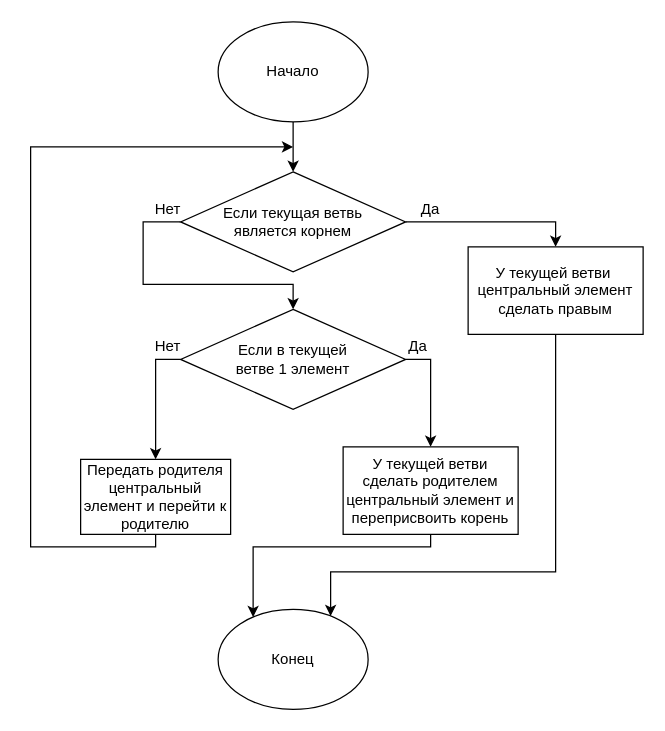
This is Diograms/SplitBranch.drawio from GREBIAR-Git/2-3Tree, a draw.io file, before an edit. Source tidied: cells renumbered, new cells numbered last; positions are measured from the earlier drawing's top-left corner, leaving out a move shared by most shapes. Both pictures are drawn from the tidied source at 125%, with x=0, y=0 at pixel (30, 21).
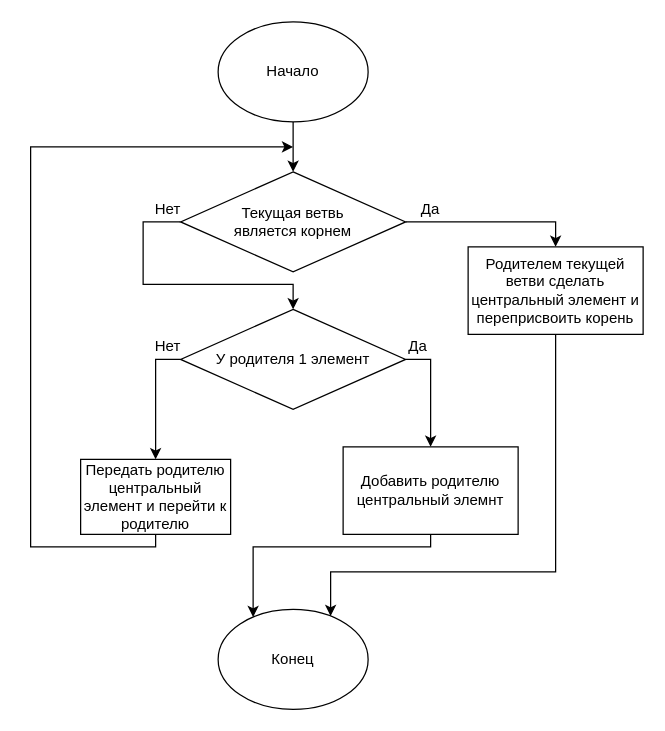
The same page after the edit.

The edit, as a diff of the source:
```diff
@@
-    <mxCell id="7" value="Если текущая ветвь &lt;br&gt;является корнем" style="rhombus;whiteSpace=wrap;html=1;" parent="1" vertex="1">
+    <mxCell id="7" value="Текущая ветвь &lt;br&gt;является корнем" style="rhombus;whiteSpace=wrap;html=1;" parent="1" vertex="1">
       <mxGeometry x="120" y="120" width="180" height="80" as="geometry" />
     </mxCell>
@@
-    <mxCell id="10" value="Если в текущей &lt;br&gt;ветве 1 элемент" style="rhombus;whiteSpace=wrap;html=1;" parent="1" vertex="1">
+    <mxCell id="10" value="У родителя 1 элемент" style="rhombus;whiteSpace=wrap;html=1;" parent="1" vertex="1">
       <mxGeometry x="120" y="230" width="180" height="80" as="geometry" />
     </mxCell>
@@
-    <mxCell id="12" value="У текущей ветви сделать родителем центральный элемент и переприсвоить корень" style="rounded=0;whiteSpace=wrap;html=1;" parent="1" vertex="1">
+    <mxCell id="12" value="Добавить родителю центральный элемнт" style="rounded=0;whiteSpace=wrap;html=1;" parent="1" vertex="1">
       <mxGeometry x="250" y="340" width="140" height="70" as="geometry" />
     </mxCell>
@@
-    <mxCell id="14" value="У текущей ветви&amp;nbsp; центральный элемент сделать правым" style="rounded=0;whiteSpace=wrap;html=1;" parent="1" vertex="1">
+    <mxCell id="14" value="Родителем текущей ветви сделать центральный элемент и переприсвоить корень" style="rounded=0;whiteSpace=wrap;html=1;" parent="1" vertex="1">
       <mxGeometry x="350" y="180" width="140" height="70" as="geometry" />
     </mxCell>
@@
-    <mxCell id="16" value="Передать родителя центральный элемент и перейти к родителю" style="rounded=0;whiteSpace=wrap;html=1;" parent="1" vertex="1">
+    <mxCell id="16" value="Передать родителю центральный элемент и перейти к родителю" style="rounded=0;whiteSpace=wrap;html=1;" parent="1" vertex="1">
       <mxGeometry x="40" y="350" width="120" height="60" as="geometry" />
     </mxCell>
```
